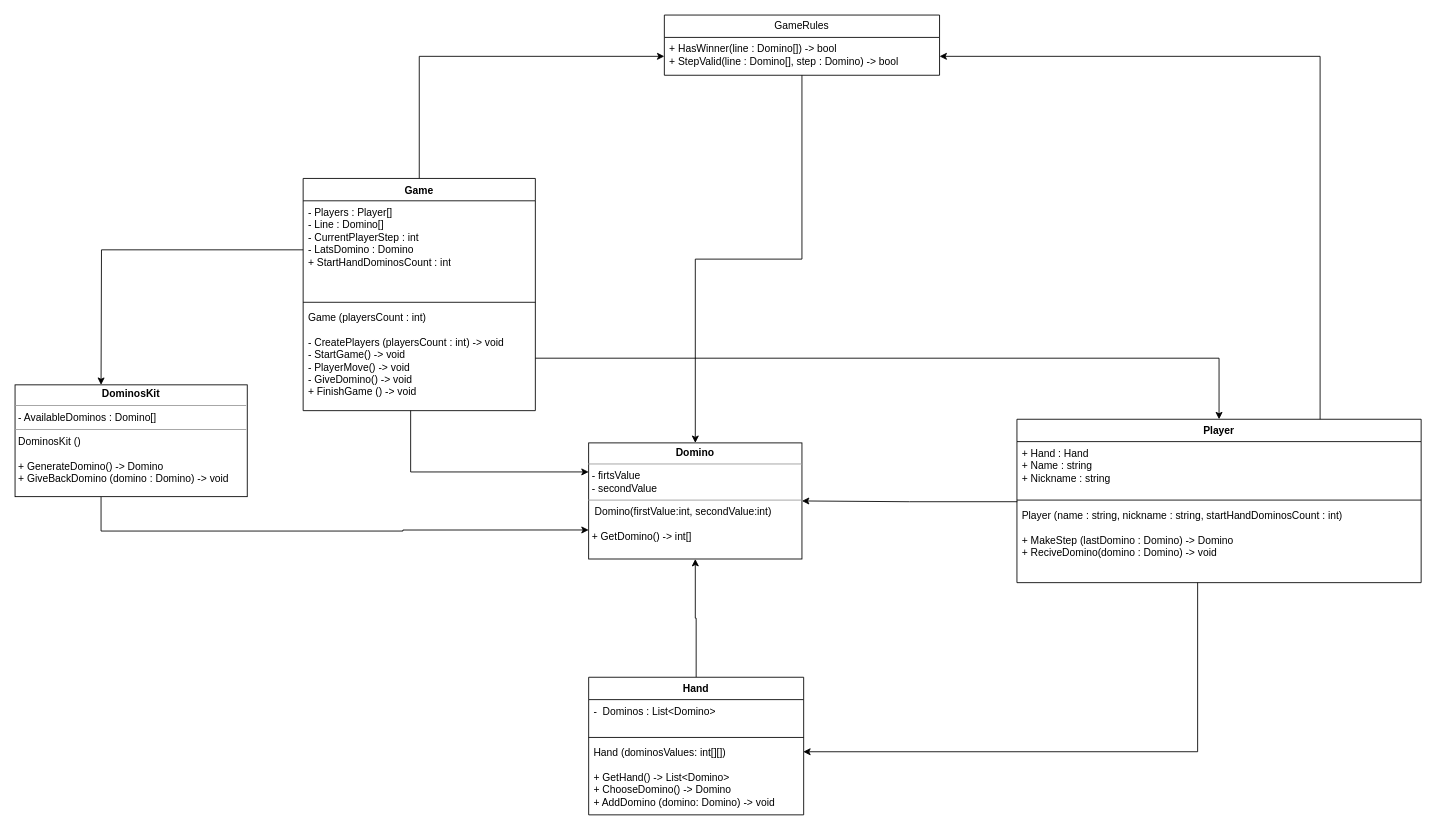
Above: OOP1.drawio in Ycalk/Diagrams (draw.io), before the change. Source tidied: cells renumbered, new cells numbered last; positions are measured from the earlier drawing's top-left corner, leaving out a move shared by most shapes. Both pictures are drawn from the tidied source at 86%, with x=0, y=0 at pixel (15, 15).
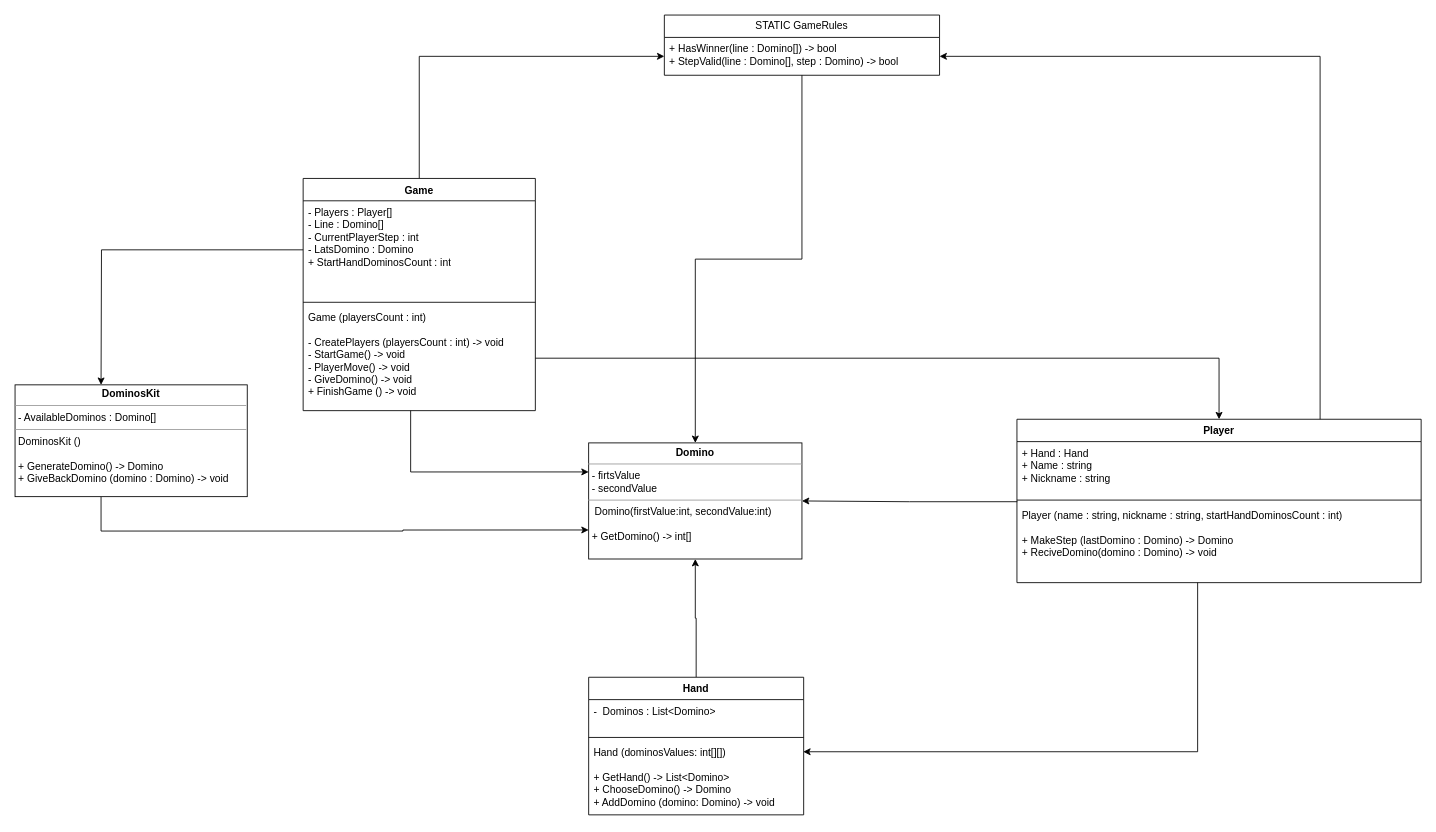
The same page after the edit.

Change to the diagram source:
```diff
@@
-    <mxCell id="25" value="GameRules" style="swimlane;fontStyle=0;horizontal=1;startSize=26;fillColor=none;whiteSpace=wrap;html=1;" parent="1" vertex="1">
+    <mxCell id="25" value="STATIC GameRules" style="swimlane;fontStyle=0;horizontal=1;startSize=26;fillColor=none;whiteSpace=wrap;html=1;" parent="1" vertex="1">
       <mxGeometry x="755" width="320" height="70" as="geometry" />
     </mxCell>
```
